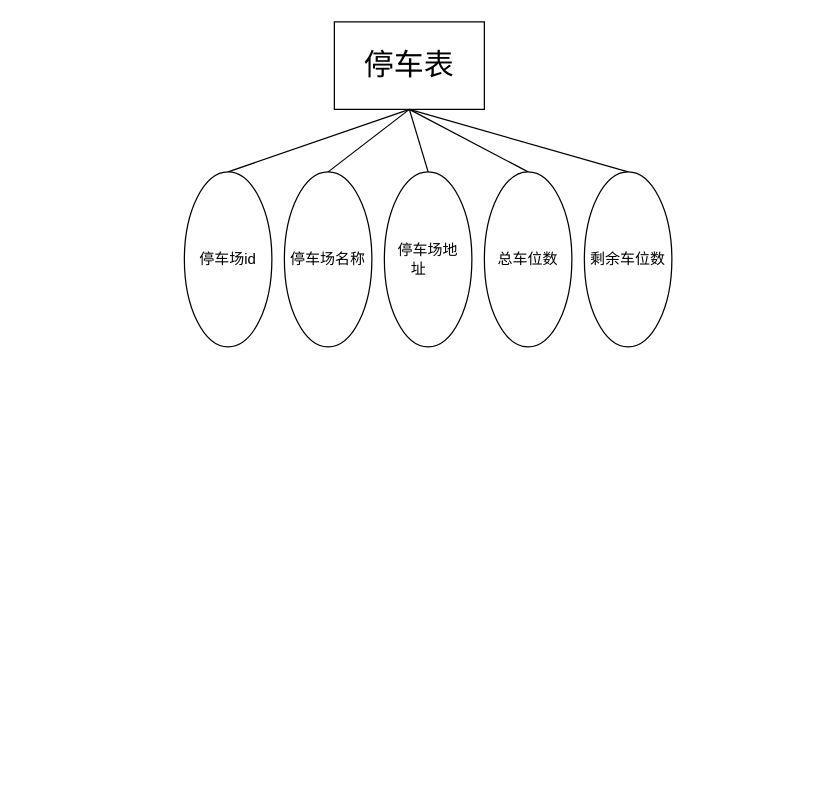
Before: 未命名绘图.drawio in Greyore/Greyore, a draw.io diagram. Source tidied: cells renumbered, new cells numbered last; positions are measured from the earlier drawing's top-left corner, leaving out a move shared by most shapes. Both pictures are drawn from the tidied source at 125%, with x=0, y=0 at pixel (184, 21).
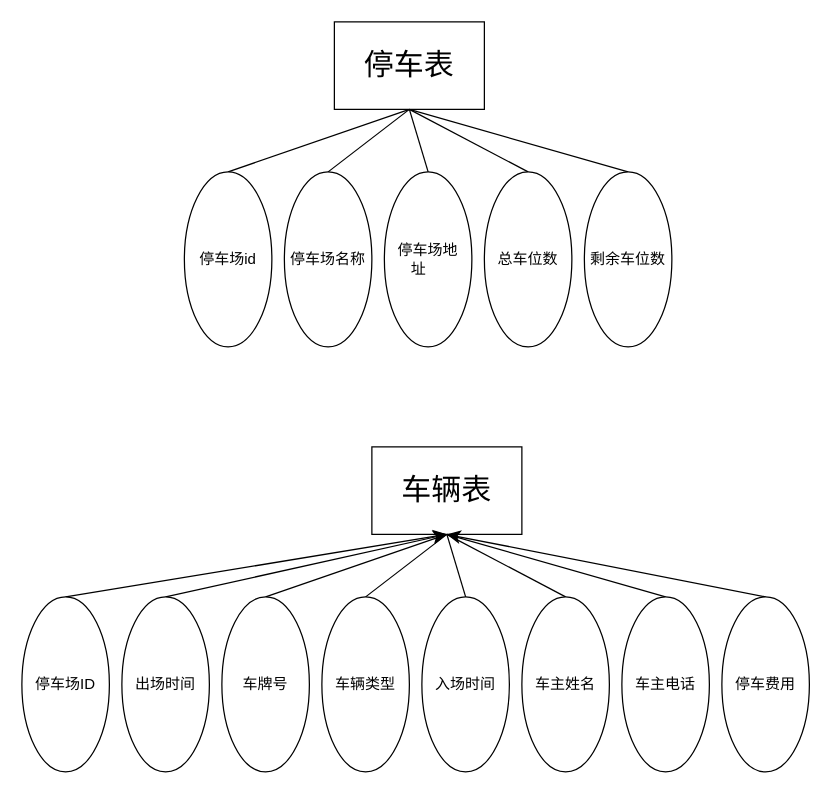
The same page after the edit.

The edit, as a diff of the source:
```diff
@@
+    <mxCell id="13" style="rounded=0;jettySize=auto;html=1;startFill=1;endArrow=none;endFill=0;exitX=0.5;exitY=1;exitDx=0;exitDy=0;entryX=0.5;entryY=0;entryDx=0;entryDy=0;" parent="1" edge="1" source="14" target="15">
+      <mxGeometry relative="1" as="geometry" />
+    </mxCell>
+    <mxCell id="14" value="&lt;span style=&quot;font-size: 24px;&quot;&gt;车辆表&lt;/span&gt;" style="rounded=0;whiteSpace=wrap;html=1;" parent="1" vertex="1">
+      <mxGeometry x="150" y="340" width="120" height="70" as="geometry" />
+    </mxCell>
+    <mxCell id="15" value="车牌号" style="ellipse;whiteSpace=wrap;html=1;rounded=0;" parent="1" vertex="1">
+      <mxGeometry x="30" y="460" width="70" height="140" as="geometry" />
+    </mxCell>
+    <mxCell id="16" style="edgeStyle=none;rounded=0;jettySize=auto;html=1;exitX=0.5;exitY=0;exitDx=0;exitDy=0;endArrow=none;endFill=0;entryX=0.5;entryY=1;entryDx=0;entryDy=0;" parent="1" edge="1" source="17" target="14">
+      <mxGeometry relative="1" as="geometry" />
+    </mxCell>
+    <mxCell id="17" value="车主电话" style="ellipse;whiteSpace=wrap;html=1;rounded=0;" parent="1" vertex="1">
+      <mxGeometry x="350" y="460" width="70" height="140" as="geometry" />
+    </mxCell>
+    <mxCell id="18" style="edgeStyle=none;rounded=0;jettySize=auto;html=1;exitX=0.5;exitY=0;exitDx=0;exitDy=0;endArrow=none;endFill=0;entryX=0.5;entryY=1;entryDx=0;entryDy=0;" parent="1" edge="1" source="19" target="14">
+      <mxGeometry relative="1" as="geometry" />
+    </mxCell>
+    <mxCell id="19" value="入场时间" style="ellipse;whiteSpace=wrap;html=1;rounded=0;" parent="1" vertex="1">
+      <mxGeometry x="190" y="460" width="70" height="140" as="geometry" />
+    </mxCell>
+    <mxCell id="20" value="车辆类型" style="ellipse;whiteSpace=wrap;html=1;rounded=0;" parent="1" vertex="1">
+      <mxGeometry x="110" y="460" width="70" height="140" as="geometry" />
+    </mxCell>
+    <mxCell id="21" style="edgeStyle=none;rounded=0;jettySize=auto;html=1;exitX=0.5;exitY=0;exitDx=0;exitDy=0;entryX=0.5;entryY=1;entryDx=0;entryDy=0;endArrow=none;endFill=0;" parent="1" edge="1" source="22" target="14">
+      <mxGeometry relative="1" as="geometry" />
+    </mxCell>
+    <mxCell id="22" value="车主姓名" style="ellipse;whiteSpace=wrap;html=1;rounded=0;" parent="1" vertex="1">
+      <mxGeometry x="270" y="460" width="70" height="140" as="geometry" />
+    </mxCell>
+    <mxCell id="23" style="rounded=0;jettySize=auto;html=1;startFill=1;endArrow=none;endFill=0;exitX=0.5;exitY=1;exitDx=0;exitDy=0;entryX=0.5;entryY=0;entryDx=0;entryDy=0;" parent="1" edge="1" source="14" target="20">
+      <mxGeometry relative="1" as="geometry" />
+    </mxCell>
+    <mxCell id="24" style="edgeStyle=none;curved=1;rounded=0;jettySize=auto;html=1;exitX=0.5;exitY=0;exitDx=0;exitDy=0;fontSize=12;startSize=8;endSize=8;" parent="1" edge="1" source="25">
+      <mxGeometry relative="1" as="geometry">
+        <mxPoint x="210" y="410" as="targetPoint" />
+      </mxGeometry>
+    </mxCell>
+    <mxCell id="25" value="停车费用" style="ellipse;whiteSpace=wrap;html=1;rounded=0;" parent="1" vertex="1">
+      <mxGeometry x="430" y="460" width="70" height="140" as="geometry" />
+    </mxCell>
+    <mxCell id="26" style="edgeStyle=none;curved=1;rounded=0;jettySize=auto;html=1;exitX=0.5;exitY=0;exitDx=0;exitDy=0;fontSize=12;startSize=8;endSize=8;" parent="1" edge="1" source="27">
+      <mxGeometry relative="1" as="geometry">
+        <mxPoint x="210" y="410" as="targetPoint" />
+      </mxGeometry>
+    </mxCell>
+    <mxCell id="27" value="出场时间" style="ellipse;whiteSpace=wrap;html=1;rounded=0;" parent="1" vertex="1">
+      <mxGeometry x="-50" y="460" width="70" height="140" as="geometry" />
+    </mxCell>
+    <mxCell id="28" style="edgeStyle=none;curved=1;rounded=0;jettySize=auto;html=1;exitX=0.5;exitY=0;exitDx=0;exitDy=0;fontSize=12;startSize=8;endSize=8;" parent="1" edge="1" source="29">
+      <mxGeometry relative="1" as="geometry">
+        <mxPoint x="210" y="410" as="targetPoint" />
+      </mxGeometry>
+    </mxCell>
+    <mxCell id="29" value="停车场ID" style="ellipse;whiteSpace=wrap;html=1;rounded=0;" parent="1" vertex="1">
+      <mxGeometry x="-130" y="460" width="70" height="140" as="geometry" />
+    </mxCell>
```
